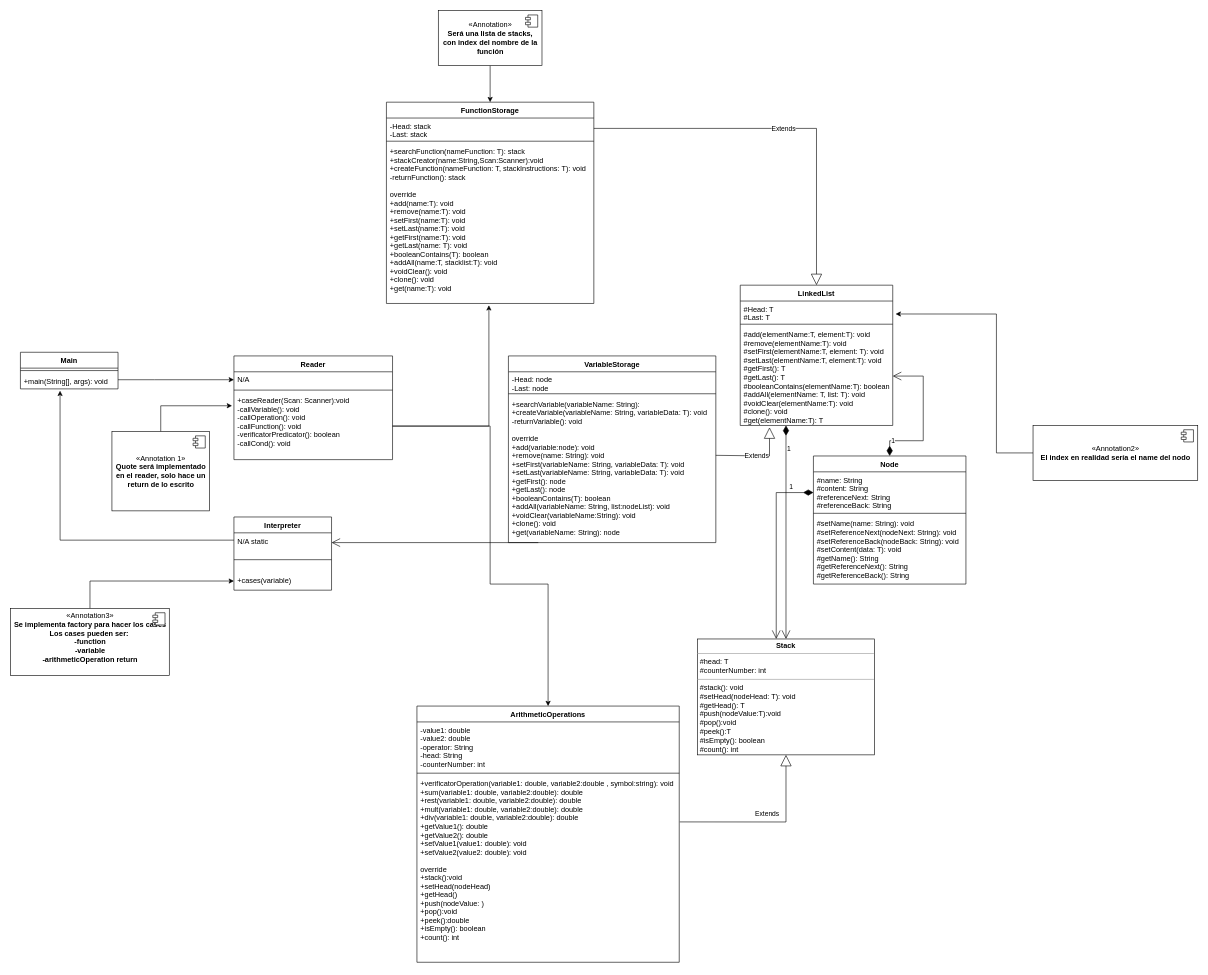
The draw.io diagram Untitled Diagram.drawio in DiggsPapu/Proyect1_Lisp_Interpreter, before the edit. Source tidied: cells renumbered, new cells numbered last; positions are measured from the earlier drawing's top-left corner, leaving out a move shared by most shapes. Both pictures are drawn from the tidied source at 61%, with x=0, y=0 at pixel (10, 10).
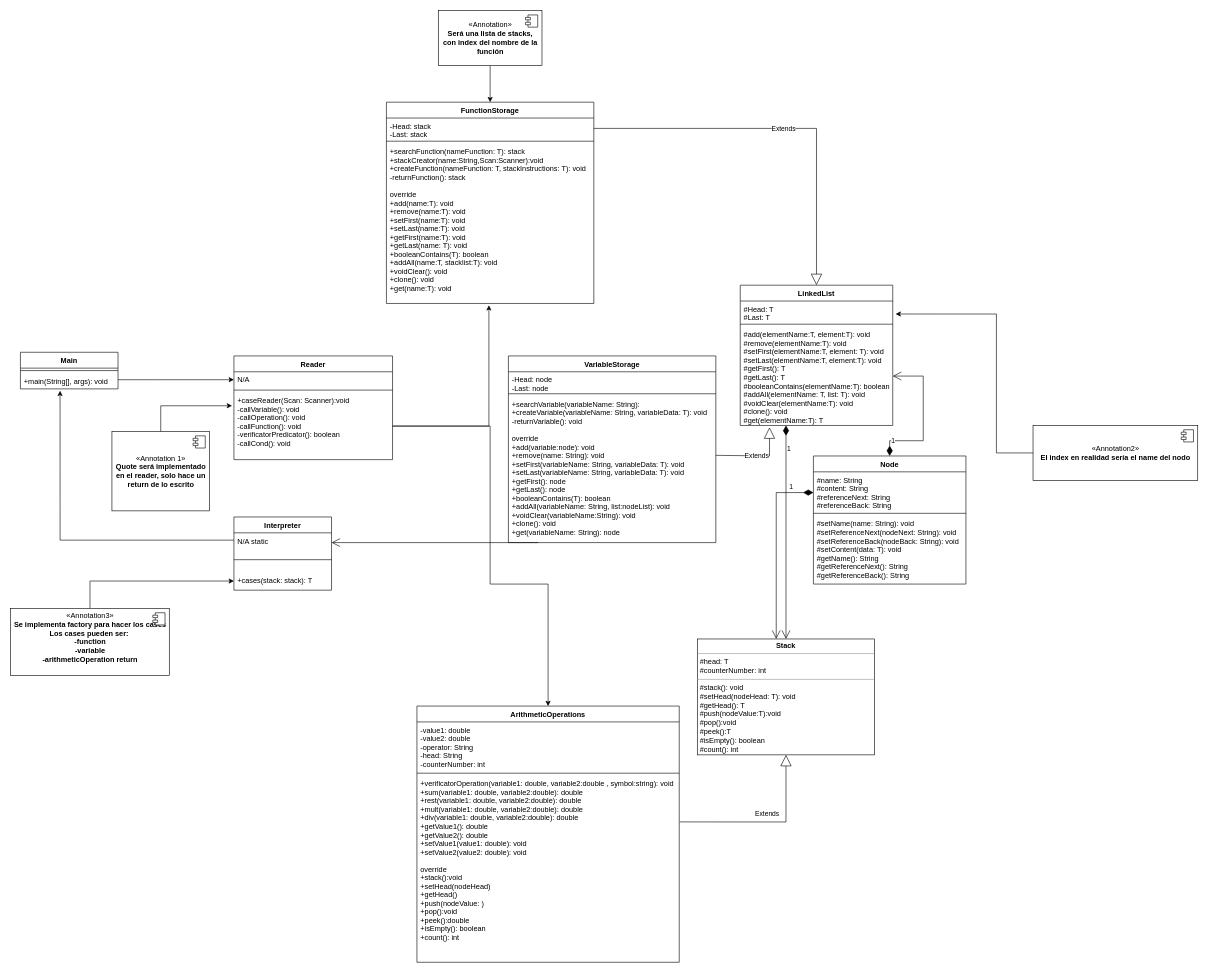
Above is the later version.

The change refers to these unchanged cells:
```xml
<mxCell id="17" value="Interpreter" style="swimlane;fontStyle=1;align=center;verticalAlign=top;horizontal=1;startSize=26;" parent="1" vertex="1">
  <mxGeometry x="366" y="830" width="160" height="120" as="geometry" />
</mxCell>
```

What changed in the source:
```diff
@@
-    <mxCell id="20" value="+cases(variable)" style="text;strokeColor=none;fillColor=none;align=left;verticalAlign=top;spacingLeft=4;spacingRight=4;overflow=hidden;points=[[0,0.5],[1,0.5]];portConstraint=eastwest;" parent="17" vertex="1">
+    <mxCell id="20" value="+cases(stack: stack): T" style="text;strokeColor=none;fillColor=none;align=left;verticalAlign=top;spacingLeft=4;spacingRight=4;overflow=hidden;points=[[0,0.5],[1,0.5]];portConstraint=eastwest;" parent="17" vertex="1">
       <mxGeometry y="90" width="160" height="30" as="geometry" />
     </mxCell>
```
